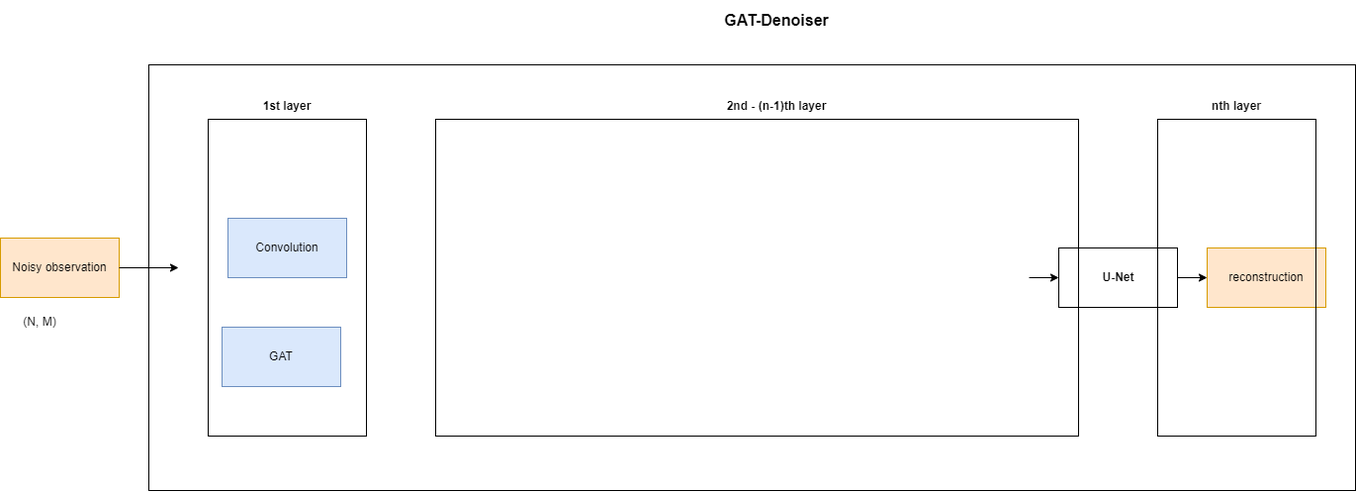
Above: documentation/Thesis/Figures/GAT_Architecture_Detail.drawio.png in cedricmendelin/master-thesis (draw.io), before the change. Source tidied: cells renumbered, new cells last; positions are measured from the earlier drawing's top-left corner, leaving out a move shared by most shapes.
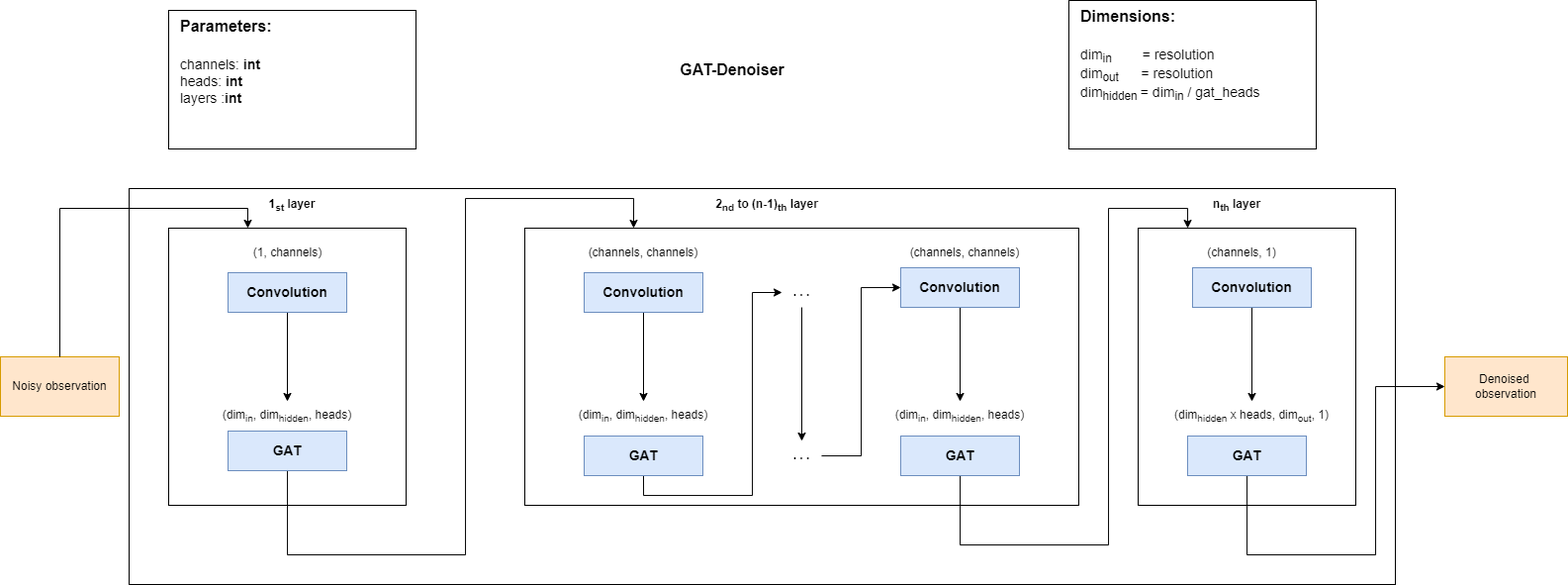
After the commit.

The edit, as a diff of the source:
```diff
@@ -3,62 +3,182 @@
     <mxCell id="0" />
     <mxCell id="1" parent="0" />
     <mxCell id="2" style="rounded=0;whiteSpace=wrap;html=1;fillColor=none;" parent="1" vertex="1">
-      <mxGeometry x="150" y="65" width="1220" height="430" as="geometry" />
+      <mxGeometry x="130" y="70" width="1280" height="400" as="geometry" />
     </mxCell>
     <mxCell id="3" style="rounded=0;whiteSpace=wrap;html=1;fillColor=none;" parent="1" vertex="1">
-      <mxGeometry x="440" y="120" width="650" height="320" as="geometry" />
+      <mxGeometry x="530" y="110" width="560" height="280" as="geometry" />
     </mxCell>
     <mxCell id="4" style="rounded=0;whiteSpace=wrap;html=1;fillColor=none;" parent="1" vertex="1">
-      <mxGeometry x="210" y="120" width="160" height="320" as="geometry" />
+      <mxGeometry x="170" y="110" width="240" height="280" as="geometry" />
     </mxCell>
     <mxCell id="5" value="GAT-Denoiser" style="text;html=1;strokeColor=none;fillColor=none;align=center;verticalAlign=middle;whiteSpace=wrap;rounded=0;fontStyle=1;fontSize=16;" parent="1" vertex="1">
-      <mxGeometry x="685" width="200" height="40" as="geometry" />
+      <mxGeometry x="640" y="-70" width="200" height="40" as="geometry" />
     </mxCell>
     <mxCell id="6" value="Noisy observation" style="rounded=0;whiteSpace=wrap;html=1;fillColor=#ffe6cc;strokeColor=#d79b00;" parent="1" vertex="1">
       <mxGeometry y="240" width="120" height="60" as="geometry" />
     </mxCell>
-    <mxCell id="7" value="Convolution" style="rounded=0;whiteSpace=wrap;html=1;fillColor=#dae8fc;strokeColor=#6c8ebf;" parent="1" vertex="1">
-      <mxGeometry x="230" y="220" width="120" height="60" as="geometry" />
-    </mxCell>
-    <mxCell id="8" value="GAT" style="rounded=0;whiteSpace=wrap;html=1;fillColor=#dae8fc;strokeColor=#6c8ebf;" parent="1" vertex="1">
-      <mxGeometry x="224" y="330" width="120" height="60" as="geometry" />
-    </mxCell>
     <mxCell id="9" style="endArrow=classic;html=1;rounded=0;" parent="1" edge="1" source="6">
       <mxGeometry relative="1" as="geometry">
-        <mxPoint x="180" y="270" as="targetPoint" />
+        <mxPoint x="250" y="110" as="targetPoint" />
+        <Array as="points">
+          <mxPoint x="60" y="90" />
+          <mxPoint x="250" y="90" />
+        </Array>
       </mxGeometry>
     </mxCell>
-    <mxCell id="10" value="&lt;font style=&quot;font-size: 12px;&quot;&gt;&lt;b&gt;1st layer&lt;/b&gt;&lt;/font&gt;" style="text;html=1;strokeColor=none;fillColor=none;align=center;verticalAlign=middle;whiteSpace=wrap;rounded=0;fontSize=16;" parent="1" vertex="1">
-      <mxGeometry x="260" y="90" width="60" height="30" as="geometry" />
+    <mxCell id="10" value="&lt;font style=&quot;font-size: 12px;&quot;&gt;&lt;b&gt;1&lt;sub&gt;st&lt;/sub&gt; layer&lt;/b&gt;&lt;/font&gt;" style="text;html=1;strokeColor=none;fillColor=none;align=center;verticalAlign=middle;whiteSpace=wrap;rounded=0;fontSize=16;" parent="1" vertex="1">
+      <mxGeometry x="265" y="70" width="60" height="30" as="geometry" />
     </mxCell>
-    <mxCell id="11" style="rounded=0;whiteSpace=wrap;html=1;fillColor=none;" parent="1" vertex="1">
-      <mxGeometry x="1070" y="250" width="120" height="60" as="geometry" />
-    </mxCell>
-    <mxCell id="12" value="U-Net" style="text;html=1;strokeColor=none;fillColor=none;align=center;verticalAlign=middle;whiteSpace=wrap;rounded=0;fontStyle=1;" parent="1" vertex="1">
-      <mxGeometry x="1082.5" y="270" width="95" height="20" as="geometry" />
-    </mxCell>
-    <mxCell id="13" value="reconstruction" style="rounded=0;whiteSpace=wrap;html=1;fillColor=#ffe6cc;strokeColor=#d79b00;" parent="1" vertex="1">
-      <mxGeometry x="1220" y="250" width="120" height="60" as="geometry" />
-    </mxCell>
-    <mxCell id="14" style="endArrow=classic;html=1;rounded=0;fontSize=16;entryX=0;entryY=0.5;entryDx=0;entryDy=0;exitX=1;exitY=0.5;exitDx=0;exitDy=0;" parent="1" edge="1" target="11">
-      <mxGeometry relative="1" as="geometry">
-        <mxPoint x="1040" y="280" as="sourcePoint" />
-      </mxGeometry>
-    </mxCell>
-    <mxCell id="15" style="endArrow=classic;html=1;rounded=0;exitX=1;exitY=0.5;exitDx=0;exitDy=0;entryX=0;entryY=0.5;entryDx=0;entryDy=0;" parent="1" edge="1" source="11" target="13">
-      <mxGeometry relative="1" as="geometry" />
-    </mxCell>
-    <mxCell id="16" value="&lt;font style=&quot;font-size: 12px;&quot;&gt;&lt;b&gt;2nd - (n-1)th layer&lt;/b&gt;&lt;/font&gt;" style="text;html=1;strokeColor=none;fillColor=none;align=center;verticalAlign=middle;whiteSpace=wrap;rounded=0;fontSize=16;" parent="1" vertex="1">
-      <mxGeometry x="730" y="90" width="110" height="30" as="geometry" />
+    <mxCell id="16" value="&lt;font style=&quot;font-size: 12px;&quot;&gt;&lt;b&gt;2&lt;sub&gt;nd&lt;/sub&gt;&amp;nbsp;to (n-1)&lt;sub&gt;th&lt;/sub&gt; layer&lt;/b&gt;&lt;/font&gt;" style="text;html=1;strokeColor=none;fillColor=none;align=center;verticalAlign=middle;whiteSpace=wrap;rounded=0;fontSize=16;" parent="1" vertex="1">
+      <mxGeometry x="720" y="70" width="110" height="30" as="geometry" />
     </mxCell>
-    <mxCell id="17" style="rounded=0;whiteSpace=wrap;html=1;fillColor=none;" parent="1" vertex="1">
-      <mxGeometry x="1170" y="120" width="160" height="320" as="geometry" />
-    </mxCell>
-    <mxCell id="18" value="&lt;font style=&quot;font-size: 12px;&quot;&gt;&lt;b&gt;nth layer&lt;/b&gt;&lt;/font&gt;" style="text;html=1;strokeColor=none;fillColor=none;align=center;verticalAlign=middle;whiteSpace=wrap;rounded=0;fontSize=16;" parent="1" vertex="1">
-      <mxGeometry x="1220" y="90" width="60" height="30" as="geometry" />
+    <mxCell id="18" value="&lt;font style=&quot;font-size: 12px;&quot;&gt;&lt;b&gt;n&lt;sub&gt;th&lt;/sub&gt; layer&lt;/b&gt;&lt;/font&gt;" style="text;html=1;strokeColor=none;fillColor=none;align=center;verticalAlign=middle;whiteSpace=wrap;rounded=0;fontSize=16;" parent="1" vertex="1">
+      <mxGeometry x="1220" y="70" width="60" height="30" as="geometry" />
     </mxCell>
-    <mxCell id="19" value="(N, M)" style="text;html=1;strokeColor=none;fillColor=none;align=center;verticalAlign=middle;whiteSpace=wrap;rounded=0;" parent="1" vertex="1">
-      <mxGeometry x="10" y="310" width="60" height="30" as="geometry" />
+    <mxCell id="19" value="(1, channels)" style="text;html=1;strokeColor=none;fillColor=none;align=center;verticalAlign=middle;whiteSpace=wrap;rounded=0;" parent="1" vertex="1">
+      <mxGeometry x="238" y="120" width="105" height="30" as="geometry" />
     </mxCell>
+    <mxCell id="20" style="edgeStyle=orthogonalEdgeStyle;rounded=0;jettySize=auto;html=1;fontSize=16;" parent="1" edge="1" source="7" target="34">
+      <mxGeometry relative="1" as="geometry" />
+    </mxCell>
+    <mxCell id="7" value="Convolution" style="rounded=0;whiteSpace=wrap;html=1;fillColor=#dae8fc;strokeColor=#6c8ebf;fontStyle=1;fontSize=14;verticalAlign=middle;" parent="1" vertex="1">
+      <mxGeometry x="230" y="155" width="120" height="40" as="geometry" />
+    </mxCell>
+    <mxCell id="21" style="rounded=0;whiteSpace=wrap;html=1;fontSize=14;align=left;" parent="1" vertex="1">
+      <mxGeometry x="170" y="-110" width="250" height="140" as="geometry" />
+    </mxCell>
+    <mxCell id="22" value="&lt;span style=&quot;color: rgb(0, 0, 0); font-family: Helvetica; font-size: 16px; font-style: normal; font-variant-ligatures: normal; font-variant-caps: normal; letter-spacing: normal; orphans: 2; text-align: left; text-indent: 0px; text-transform: none; widows: 2; word-spacing: 0px; -webkit-text-stroke-width: 0px; text-decoration-thickness: initial; text-decoration-style: initial; text-decoration-color: initial; float: none; display: inline !important; background-color: rgb(255, 255, 255);&quot;&gt;Parameters:&lt;/span&gt;" style="text;whiteSpace=wrap;html=1;fontSize=16;fontStyle=1;" parent="1" vertex="1">
+      <mxGeometry x="180" y="-110" width="180" height="30" as="geometry" />
+    </mxCell>
+    <mxCell id="23" value="channels: &lt;b&gt;int&lt;/b&gt;&lt;br&gt;heads: &lt;b&gt;int&lt;/b&gt;&lt;br&gt;layers :&lt;b&gt;int&lt;br&gt;&lt;br&gt;&lt;/b&gt;" style="text;whiteSpace=wrap;html=1;fontSize=14;" parent="1" vertex="1">
+      <mxGeometry x="180" y="-70" width="200" height="60" as="geometry" />
+    </mxCell>
+    <mxCell id="24" style="rounded=0;whiteSpace=wrap;html=1;fontSize=14;align=left;fillColor=default;strokeColor=default;gradientColor=none;" parent="1" vertex="1">
+      <mxGeometry x="1080" y="-120" width="250" height="150" as="geometry" />
+    </mxCell>
+    <mxCell id="25" value="&lt;span style=&quot;color: rgb(0, 0, 0); font-family: Helvetica; font-size: 16px; font-style: normal; font-variant-ligatures: normal; font-variant-caps: normal; letter-spacing: normal; orphans: 2; text-align: left; text-indent: 0px; text-transform: none; widows: 2; word-spacing: 0px; -webkit-text-stroke-width: 0px; text-decoration-thickness: initial; text-decoration-style: initial; text-decoration-color: initial; float: none; display: inline !important; background-color: rgb(255, 255, 255);&quot;&gt;Dimensions:&lt;/span&gt;" style="text;whiteSpace=wrap;html=1;fontSize=16;fontStyle=1;" parent="1" vertex="1">
+      <mxGeometry x="1090" y="-120" width="180" height="30" as="geometry" />
+    </mxCell>
+    <mxCell id="26" value="&lt;span style=&quot;background-color: rgb(255, 255, 255);&quot;&gt;&lt;span style=&quot;color: rgb(0, 0, 0); font-family: Helvetica; font-size: 14px; font-style: normal; font-variant-ligatures: normal; font-variant-caps: normal; font-weight: 400; letter-spacing: normal; orphans: 2; text-align: left; text-indent: 0px; text-transform: none; widows: 2; word-spacing: 0px; -webkit-text-stroke-width: 0px; text-decoration-thickness: initial; text-decoration-style: initial; text-decoration-color: initial; float: none; display: inline !important;&quot;&gt;dim&lt;sub style=&quot;&quot;&gt;in&lt;/sub&gt;&amp;nbsp; &amp;nbsp; &amp;nbsp; &amp;nbsp; = resolution&lt;/span&gt;&lt;br style=&quot;color: rgb(0, 0, 0); font-family: Helvetica; font-size: 14px; font-style: normal; font-variant-ligatures: normal; font-variant-caps: normal; font-weight: 400; letter-spacing: normal; orphans: 2; text-align: left; text-indent: 0px; text-transform: none; widows: 2; word-spacing: 0px; -webkit-text-stroke-width: 0px; text-decoration-thickness: initial; text-decoration-style: initial; text-decoration-color: initial;&quot;&gt;&lt;span style=&quot;color: rgb(0, 0, 0); font-family: Helvetica; font-size: 14px; font-style: normal; font-variant-ligatures: normal; font-variant-caps: normal; font-weight: 400; letter-spacing: normal; orphans: 2; text-align: left; text-indent: 0px; text-transform: none; widows: 2; word-spacing: 0px; -webkit-text-stroke-width: 0px; text-decoration-thickness: initial; text-decoration-style: initial; text-decoration-color: initial; float: none; display: inline !important;&quot;&gt;dim&lt;sub&gt;out&amp;nbsp; &amp;nbsp; &amp;nbsp; &amp;nbsp;&lt;/sub&gt;= resolution&lt;/span&gt;&lt;br style=&quot;color: rgb(0, 0, 0); font-family: Helvetica; font-size: 14px; font-style: normal; font-variant-ligatures: normal; font-variant-caps: normal; font-weight: 400; letter-spacing: normal; orphans: 2; text-align: left; text-indent: 0px; text-transform: none; widows: 2; word-spacing: 0px; -webkit-text-stroke-width: 0px; text-decoration-thickness: initial; text-decoration-style: initial; text-decoration-color: initial;&quot;&gt;&lt;/span&gt;&lt;span style=&quot;color: rgb(0, 0, 0); font-family: Helvetica; font-size: 14px; font-style: normal; font-variant-ligatures: normal; font-variant-caps: normal; font-weight: 400; letter-spacing: normal; orphans: 2; text-align: left; text-indent: 0px; text-transform: none; widows: 2; word-spacing: 0px; -webkit-text-stroke-width: 0px; text-decoration-thickness: initial; text-decoration-style: initial; text-decoration-color: initial; float: none; display: inline !important;&quot;&gt;&lt;span style=&quot;background-color: rgb(255, 255, 255);&quot;&gt;dim&lt;sub style=&quot;&quot;&gt;hidden&amp;nbsp;&lt;/sub&gt;= dim&lt;sub style=&quot;&quot;&gt;in&lt;/sub&gt; / gat_heads&lt;br&gt;&lt;/span&gt;&lt;br&gt;&lt;/span&gt;" style="text;whiteSpace=wrap;html=1;fontSize=14;fillColor=none;" parent="1" vertex="1">
+      <mxGeometry x="1090" y="-80" width="230" height="60" as="geometry" />
+    </mxCell>
+    <mxCell id="27" style="edgeStyle=orthogonalEdgeStyle;rounded=0;jettySize=auto;html=1;fontSize=12;" parent="1" edge="1" source="28" target="49">
+      <mxGeometry relative="1" as="geometry">
+        <Array as="points">
+          <mxPoint x="290" y="440" />
+          <mxPoint x="470" y="440" />
+          <mxPoint x="470" y="80" />
+          <mxPoint x="640" y="80" />
+        </Array>
+      </mxGeometry>
+    </mxCell>
+    <mxCell id="28" value="GAT" style="rounded=0;whiteSpace=wrap;html=1;fillColor=#dae8fc;strokeColor=#6c8ebf;fontStyle=1;fontSize=14;" parent="1" vertex="1">
+      <mxGeometry x="230" y="315" width="120" height="40" as="geometry" />
+    </mxCell>
+    <mxCell id="29" style="edgeStyle=orthogonalEdgeStyle;rounded=0;jettySize=auto;html=1;fontSize=12;" parent="1" edge="1" source="30" target="36">
+      <mxGeometry relative="1" as="geometry" />
+    </mxCell>
+    <mxCell id="30" value="Convolution" style="rounded=0;whiteSpace=wrap;html=1;fillColor=#dae8fc;strokeColor=#6c8ebf;fontStyle=1;fontSize=14;verticalAlign=middle;" parent="1" vertex="1">
+      <mxGeometry x="590" y="155" width="120" height="40" as="geometry" />
+    </mxCell>
+    <mxCell id="31" style="rounded=0;whiteSpace=wrap;html=1;fillColor=none;" parent="1" vertex="1">
+      <mxGeometry x="1150" y="110" width="220" height="280" as="geometry" />
+    </mxCell>
+    <mxCell id="32" value="(channels, channels)" style="text;html=1;strokeColor=none;fillColor=none;align=center;verticalAlign=middle;whiteSpace=wrap;rounded=0;" parent="1" vertex="1">
+      <mxGeometry x="555" y="120" width="190" height="30" as="geometry" />
+    </mxCell>
+    <mxCell id="33" value="(channels, channels)" style="text;html=1;strokeColor=none;fillColor=none;align=center;verticalAlign=middle;whiteSpace=wrap;rounded=0;" parent="1" vertex="1">
+      <mxGeometry x="880" y="120" width="190" height="30" as="geometry" />
+    </mxCell>
+    <mxCell id="34" value="(dim&lt;sub&gt;in&lt;/sub&gt;, dim&lt;sub&gt;hidden&lt;/sub&gt;, heads)" style="text;html=1;strokeColor=none;fillColor=none;align=center;verticalAlign=middle;whiteSpace=wrap;rounded=0;" parent="1" vertex="1">
+      <mxGeometry x="195" y="285" width="190" height="30" as="geometry" />
+    </mxCell>
+    <mxCell id="35" value="(dim&lt;sub&gt;hidden&lt;/sub&gt; x heads, dim&lt;sub&gt;out&lt;/sub&gt;, 1)" style="text;html=1;strokeColor=none;fillColor=none;align=center;verticalAlign=middle;whiteSpace=wrap;rounded=0;fontSize=12;" parent="1" vertex="1">
+      <mxGeometry x="1160" y="285" width="210" height="30" as="geometry" />
+    </mxCell>
+    <mxCell id="36" value="(dim&lt;sub&gt;in&lt;/sub&gt;, dim&lt;sub&gt;hidden&lt;/sub&gt;, heads)" style="text;html=1;strokeColor=none;fillColor=none;align=center;verticalAlign=middle;whiteSpace=wrap;rounded=0;" parent="1" vertex="1">
+      <mxGeometry x="555" y="285" width="190" height="30" as="geometry" />
+    </mxCell>
+    <mxCell id="37" value="(channels, 1)" style="text;html=1;strokeColor=none;fillColor=none;align=center;verticalAlign=middle;whiteSpace=wrap;rounded=0;" parent="1" vertex="1">
+      <mxGeometry x="1160" y="120" width="190" height="30" as="geometry" />
+    </mxCell>
+    <mxCell id="38" value="(dim&lt;sub&gt;in&lt;/sub&gt;, dim&lt;sub&gt;hidden&lt;/sub&gt;, heads)" style="text;html=1;strokeColor=none;fillColor=none;align=center;verticalAlign=middle;whiteSpace=wrap;rounded=0;" parent="1" vertex="1">
+      <mxGeometry x="875" y="285" width="190" height="30" as="geometry" />
+    </mxCell>
+    <mxCell id="39" style="edgeStyle=orthogonalEdgeStyle;rounded=0;jettySize=auto;html=1;fontSize=12;exitX=0.5;exitY=1;exitDx=0;exitDy=0;" parent="1" edge="1" source="40" target="51">
+      <mxGeometry relative="1" as="geometry">
+        <Array as="points">
+          <mxPoint x="650" y="380" />
+          <mxPoint x="760" y="380" />
+          <mxPoint x="760" y="175" />
+        </Array>
+      </mxGeometry>
+    </mxCell>
+    <mxCell id="40" value="GAT" style="rounded=0;whiteSpace=wrap;html=1;fillColor=#dae8fc;strokeColor=#6c8ebf;fontStyle=1;fontSize=14;" parent="1" vertex="1">
+      <mxGeometry x="590" y="320" width="120" height="40" as="geometry" />
+    </mxCell>
+    <mxCell id="41" style="edgeStyle=orthogonalEdgeStyle;rounded=0;jettySize=auto;html=1;fontSize=12;" parent="1" edge="1" source="42" target="38">
+      <mxGeometry relative="1" as="geometry" />
+    </mxCell>
+    <mxCell id="42" value="Convolution" style="rounded=0;whiteSpace=wrap;html=1;fillColor=#dae8fc;strokeColor=#6c8ebf;fontStyle=1;fontSize=14;verticalAlign=middle;" parent="1" vertex="1">
+      <mxGeometry x="910" y="150" width="120" height="40" as="geometry" />
+    </mxCell>
+    <mxCell id="43" style="edgeStyle=orthogonalEdgeStyle;rounded=0;jettySize=auto;html=1;fontSize=12;" parent="1" edge="1" source="44">
+      <mxGeometry relative="1" as="geometry">
+        <mxPoint x="1200" y="110" as="targetPoint" />
+        <Array as="points">
+          <mxPoint x="970" y="430" />
+          <mxPoint x="1120" y="430" />
+          <mxPoint x="1120" y="90" />
+          <mxPoint x="1200" y="90" />
+          <mxPoint x="1200" y="110" />
+        </Array>
+      </mxGeometry>
+    </mxCell>
+    <mxCell id="44" value="GAT" style="rounded=0;whiteSpace=wrap;html=1;fillColor=#dae8fc;strokeColor=#6c8ebf;fontStyle=1;fontSize=14;" parent="1" vertex="1">
+      <mxGeometry x="910" y="320" width="120" height="40" as="geometry" />
+    </mxCell>
+    <mxCell id="45" style="edgeStyle=orthogonalEdgeStyle;rounded=0;jettySize=auto;html=1;fontSize=12;" parent="1" edge="1" source="46" target="35">
+      <mxGeometry relative="1" as="geometry" />
+    </mxCell>
+    <mxCell id="46" value="Convolution" style="rounded=0;whiteSpace=wrap;html=1;fillColor=#dae8fc;strokeColor=#6c8ebf;fontStyle=1;fontSize=14;verticalAlign=middle;" parent="1" vertex="1">
+      <mxGeometry x="1205" y="150" width="120" height="40" as="geometry" />
+    </mxCell>
+    <mxCell id="47" style="edgeStyle=orthogonalEdgeStyle;rounded=0;jettySize=auto;html=1;fontSize=12;" parent="1" edge="1" source="48" target="56">
+      <mxGeometry relative="1" as="geometry">
+        <Array as="points">
+          <mxPoint x="1260" y="440" />
+          <mxPoint x="1390" y="440" />
+          <mxPoint x="1390" y="270" />
+        </Array>
+      </mxGeometry>
+    </mxCell>
+    <mxCell id="48" value="GAT" style="rounded=0;whiteSpace=wrap;html=1;fillColor=#dae8fc;strokeColor=#6c8ebf;fontStyle=1;fontSize=14;" parent="1" vertex="1">
+      <mxGeometry x="1200" y="320" width="120" height="40" as="geometry" />
+    </mxCell>
+    <mxCell id="49" style="shape=waypoint;sketch=0;size=6;points=[];fillColor=none;perimeter=centerPerimeter;snapToPoint=1;fontSize=14;strokeColor=none;rounded=0;fontStyle=1;" parent="1" vertex="1">
+      <mxGeometry x="620" y="90" width="40" height="40" as="geometry" />
+    </mxCell>
+    <mxCell id="50" style="edgeStyle=orthogonalEdgeStyle;rounded=0;jettySize=auto;html=1;fontSize=12;" parent="1" edge="1" source="51" target="53">
+      <mxGeometry relative="1" as="geometry" />
+    </mxCell>
+    <mxCell id="51" value="&lt;b&gt;. . .&lt;/b&gt;" style="text;html=1;strokeColor=none;fillColor=none;align=center;verticalAlign=middle;whiteSpace=wrap;rounded=0;fontSize=12;" parent="1" vertex="1">
+      <mxGeometry x="790" y="160" width="40" height="30" as="geometry" />
+    </mxCell>
+    <mxCell id="52" style="edgeStyle=orthogonalEdgeStyle;rounded=0;jettySize=auto;html=1;fontSize=12;entryX=0;entryY=0.5;entryDx=0;entryDy=0;" parent="1" edge="1" source="53" target="42">
+      <mxGeometry relative="1" as="geometry" />
+    </mxCell>
+    <mxCell id="53" value="&lt;b&gt;. . .&lt;/b&gt;" style="text;html=1;strokeColor=none;fillColor=none;align=center;verticalAlign=middle;whiteSpace=wrap;rounded=0;fontSize=12;" parent="1" vertex="1">
+      <mxGeometry x="790" y="325" width="40" height="30" as="geometry" />
+    </mxCell>
+    <mxCell id="54" style="shape=waypoint;sketch=0;size=6;fillColor=none;perimeter=centerPerimeter;fontSize=14;strokeColor=none;rounded=0;fontStyle=1;" parent="1" vertex="1">
+      <mxGeometry x="1220" y="90" width="40" height="40" as="geometry" />
+    </mxCell>
+    <mxCell id="55" value="Denoised &lt;br&gt;observation" style="rounded=0;whiteSpace=wrap;html=1;fillColor=#ffe6cc;strokeColor=#d79b00;" parent="1" vertex="1">
+      <mxGeometry x="1460" y="240" width="124" height="60" as="geometry" />
+    </mxCell>
+    <mxCell id="56" style="shape=waypoint;sketch=0;size=6;points=[];fillColor=none;perimeter=centerPerimeter;snapToPoint=1;fontSize=14;strokeColor=none;rounded=0;fontStyle=1;" parent="1" vertex="1">
+      <mxGeometry x="1440" y="250" width="40" height="40" as="geometry" />
+    </mxCell>
   </root>
 </mxGraphModel>
```
